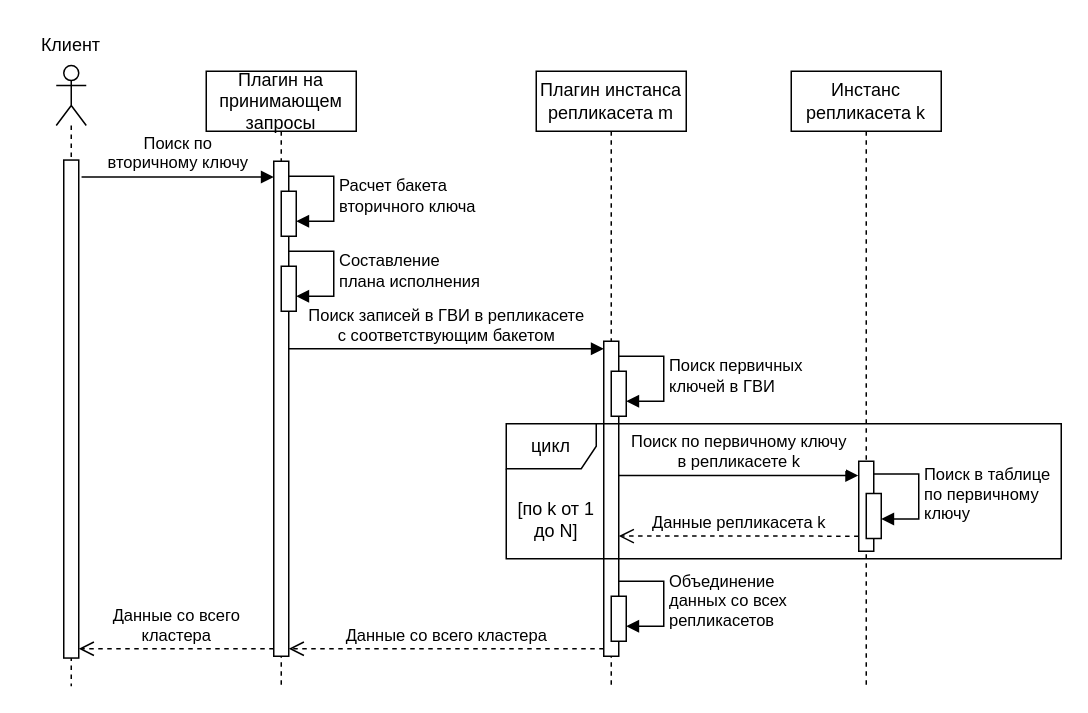
This is page "gsi-search-seq" (6 of 17) of schemas.drawio from vitosotdihaet/pind, a draw.io file, before an edit. Source tidied: cells renumbered, new cells numbered last; positions are measured from the earlier drawing's top-left corner, leaving out a move shared by most shapes. Both pictures are drawn from the tidied source at 150%, with x=0, y=0 at pixel (26, 26).
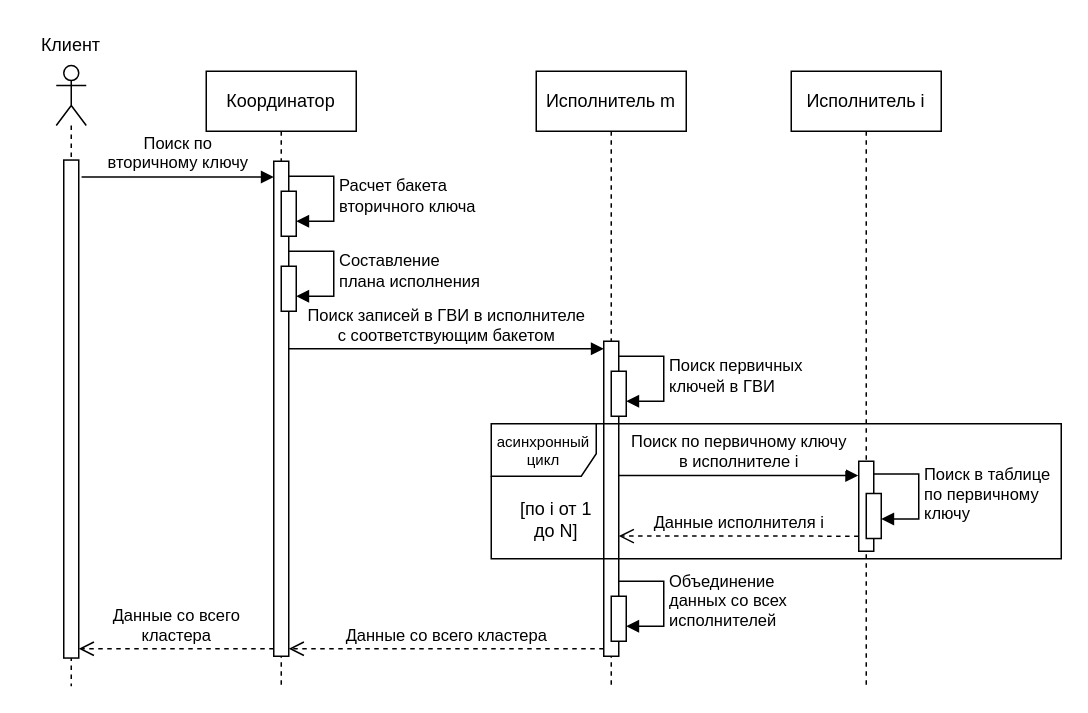
The same diagram, later.

Unchanged cells that the change refers to:
```xml
<mxCell id="3" style="html=1;points=[[0,0,0,0,5],[0,1,0,0,-5],[1,0,0,0,5],[1,1,0,0,-5]];perimeter=orthogonalPerimeter;outlineConnect=0;targetShapes=umlLifeline;portConstraint=eastwest;newEdgeStyle={&quot;curved&quot;:0,&quot;rounded&quot;:0};" parent="2" vertex="1">
  <mxGeometry x="45" y="60" width="10" height="330" as="geometry" />
</mxCell>
<mxCell id="12" style="html=1;points=[[0,0,0,0,5],[0,1,0,0,-5],[1,0,0,0,5],[1,1,0,0,-5]];perimeter=orthogonalPerimeter;outlineConnect=0;targetShapes=umlLifeline;portConstraint=eastwest;newEdgeStyle={&quot;curved&quot;:0,&quot;rounded&quot;:0};" parent="11" vertex="1">
  <mxGeometry x="45" y="180" width="10" height="210" as="geometry" />
</mxCell>
<mxCell id="15" style="html=1;points=[[0,0,0,0,5],[0,1,0,0,-5],[1,0,0,0,5],[1,1,0,0,-5]];perimeter=orthogonalPerimeter;outlineConnect=0;targetShapes=umlLifeline;portConstraint=eastwest;newEdgeStyle={&quot;curved&quot;:0,&quot;rounded&quot;:0};" parent="11" vertex="1">
  <mxGeometry x="215" y="260" width="10" height="60" as="geometry" />
</mxCell>
<mxCell id="21" style="html=1;points=[[0,0,0,0,5],[0,1,0,0,-5],[1,0,0,0,5],[1,1,0,0,-5]];perimeter=orthogonalPerimeter;outlineConnect=0;targetShapes=umlLifeline;portConstraint=eastwest;newEdgeStyle={&quot;curved&quot;:0,&quot;rounded&quot;:0};" parent="11" vertex="1">
  <mxGeometry x="50" y="350" width="10" height="30" as="geometry" />
</mxCell>
<mxCell id="24" style="group;" parent="1" vertex="1">
  <mxGeometry x="320" y="265" width="370" height="90" as="geometry" />
</mxCell>
```

Change to the diagram source:
```diff
@@
-    <mxCell id="2" value="Плагин на принимающем запросы" style="shape=umlLifeline;perimeter=lifelinePerimeter;whiteSpace=wrap;html=1;newEdgeStyle={&quot;edgeStyle&quot;:&quot;elbowEdgeStyle&quot;,&quot;elbow&quot;:&quot;vertical&quot;,&quot;curved&quot;:0,&quot;rounded&quot;:0};" parent="1" vertex="1">
+    <mxCell id="2" value="Координатор" style="shape=umlLifeline;perimeter=lifelinePerimeter;whiteSpace=wrap;html=1;newEdgeStyle={&quot;edgeStyle&quot;:&quot;elbowEdgeStyle&quot;,&quot;elbow&quot;:&quot;vertical&quot;,&quot;curved&quot;:0,&quot;rounded&quot;:0};" parent="1" vertex="1">
       <mxGeometry x="120" y="30" width="100" height="410" as="geometry" />
     </mxCell>
@@
-    <mxCell id="8" value="Инстанс репликасета k" style="shape=umlLifeline;perimeter=lifelinePerimeter;whiteSpace=wrap;html=1;newEdgeStyle={&quot;edgeStyle&quot;:&quot;elbowEdgeStyle&quot;,&quot;elbow&quot;:&quot;vertical&quot;,&quot;curved&quot;:0,&quot;rounded&quot;:0};" parent="1" vertex="1">
+    <mxCell id="8" value="Исполнитель i" style="shape=umlLifeline;perimeter=lifelinePerimeter;whiteSpace=wrap;html=1;newEdgeStyle={&quot;edgeStyle&quot;:&quot;elbowEdgeStyle&quot;,&quot;elbow&quot;:&quot;vertical&quot;,&quot;curved&quot;:0,&quot;rounded&quot;:0};" parent="1" vertex="1">
       <mxGeometry x="510" y="30" width="100" height="410" as="geometry" />
     </mxCell>
@@
-    <mxCell id="11" value="Плагин инстанса репликасета m" style="shape=umlLifeline;perimeter=lifelinePerimeter;whiteSpace=wrap;html=1;newEdgeStyle={&quot;edgeStyle&quot;:&quot;elbowEdgeStyle&quot;,&quot;elbow&quot;:&quot;vertical&quot;,&quot;curved&quot;:0,&quot;rounded&quot;:0};" parent="1" vertex="1">
+    <mxCell id="11" value="Исполнитель m" style="shape=umlLifeline;perimeter=lifelinePerimeter;whiteSpace=wrap;html=1;newEdgeStyle={&quot;edgeStyle&quot;:&quot;elbowEdgeStyle&quot;,&quot;elbow&quot;:&quot;vertical&quot;,&quot;curved&quot;:0,&quot;rounded&quot;:0};" parent="1" vertex="1">
       <mxGeometry x="340" y="30" width="100" height="410" as="geometry" />
     </mxCell>
@@
-    <mxCell id="18" value="&lt;div&gt;Поиск по первичному ключу&lt;/div&gt;&lt;div&gt;в репликасете k&lt;/div&gt;" style="html=1;verticalAlign=bottom;endArrow=block;curved=0;rounded=0;entryX=-0.038;entryY=0.158;entryDx=0;entryDy=0;entryPerimeter=0;" parent="11" edge="1" target="15">
+    <mxCell id="18" value="&lt;div&gt;Поиск по первичному ключу&lt;/div&gt;&lt;div&gt;в исполнителе i&lt;/div&gt;" style="html=1;verticalAlign=bottom;endArrow=block;curved=0;rounded=0;entryX=-0.038;entryY=0.158;entryDx=0;entryDy=0;entryPerimeter=0;" parent="11" edge="1" target="15">
       <mxGeometry relative="1" as="geometry">
         <mxPoint x="55" y="269.5" as="sourcePoint" />
       </mxGeometry>
     </mxCell>
-    <mxCell id="19" value="Данные репликасета k" style="html=1;verticalAlign=bottom;endArrow=open;dashed=1;endSize=8;curved=0;rounded=0;exitX=-0.011;exitY=0.832;exitDx=0;exitDy=0;exitPerimeter=0;" parent="11" edge="1" source="15">
+    <mxCell id="19" value="Данные исполнителя&lt;span style=&quot;background-color: light-dark(#ffffff, var(--ge-dark-color, #121212)); color: light-dark(rgb(0, 0, 0), rgb(255, 255, 255));&quot;&gt;&amp;nbsp;i&lt;/span&gt;" style="html=1;verticalAlign=bottom;endArrow=open;dashed=1;endSize=8;curved=0;rounded=0;exitX=-0.011;exitY=0.832;exitDx=0;exitDy=0;exitPerimeter=0;" parent="11" edge="1" source="15">
       <mxGeometry relative="1" as="geometry">
         <mxPoint x="55" y="309.9" as="targetPoint" />
       </mxGeometry>
     </mxCell>
-    <mxCell id="20" value="&lt;div&gt;Объединение&lt;/div&gt;&lt;div&gt;данных со всех&lt;/div&gt;&lt;div&gt;репликасетов&lt;/div&gt;" style="html=1;align=left;spacingLeft=2;endArrow=block;rounded=0;edgeStyle=orthogonalEdgeStyle;curved=0;rounded=0;" parent="11" edge="1" target="21">
+    <mxCell id="20" value="&lt;div&gt;Объединение&lt;/div&gt;&lt;div&gt;данных со всех&lt;/div&gt;&lt;div&gt;исполнителей&lt;/div&gt;" style="html=1;align=left;spacingLeft=2;endArrow=block;rounded=0;edgeStyle=orthogonalEdgeStyle;curved=0;rounded=0;" parent="11" edge="1" target="21">
       <mxGeometry relative="1" as="geometry">
         <mxPoint x="55" y="340" as="sourcePoint" />
         <Array as="points">
           <mxPoint x="85" y="370" />
         </Array>
       </mxGeometry>
     </mxCell>
@@
-    <mxCell id="22" value="&lt;div&gt;Поиск записей в ГВИ в репликасете&lt;/div&gt;&lt;div&gt;с соответствующим бакетом&lt;/div&gt;" style="html=1;verticalAlign=bottom;endArrow=block;curved=0;rounded=0;entryX=0;entryY=0;entryDx=0;entryDy=5;entryPerimeter=0;" parent="1" edge="1" source="3" target="12">
+    <mxCell id="22" value="&lt;div&gt;Поиск записей в ГВИ в исполнителе&lt;/div&gt;&lt;div&gt;с соответствующим бакетом&lt;/div&gt;" style="html=1;verticalAlign=bottom;endArrow=block;curved=0;rounded=0;entryX=0;entryY=0;entryDx=0;entryDy=5;entryPerimeter=0;" parent="1" edge="1" source="3" target="12">
       <mxGeometry relative="1" as="geometry" />
     </mxCell>
@@
-    <mxCell id="25" value="цикл" style="shape=umlFrame;whiteSpace=wrap;html=1;fontSize=12;" parent="24" vertex="1">
-      <mxGeometry width="370" height="90" as="geometry" />
+    <mxCell id="25" value="асинхронный&lt;div&gt;цикл&lt;/div&gt;" style="shape=umlFrame;whiteSpace=wrap;html=1;fontSize=10;width=70;height=35;" parent="24" vertex="1">
+      <mxGeometry x="-10" width="380" height="90" as="geometry" />
     </mxCell>
-    <mxCell id="26" value="[по k от 1 до N]" style="text;html=1;whiteSpace=wrap;strokeColor=none;fillColor=none;align=center;verticalAlign=middle;rounded=0;" parent="24" vertex="1">
+    <mxCell id="26" value="[по i от 1 до N]" style="text;html=1;whiteSpace=wrap;strokeColor=none;fillColor=none;align=center;verticalAlign=middle;rounded=0;" parent="24" vertex="1">
       <mxGeometry x="1.1" y="45" width="65.3" height="38.6" as="geometry" />
     </mxCell>
```
